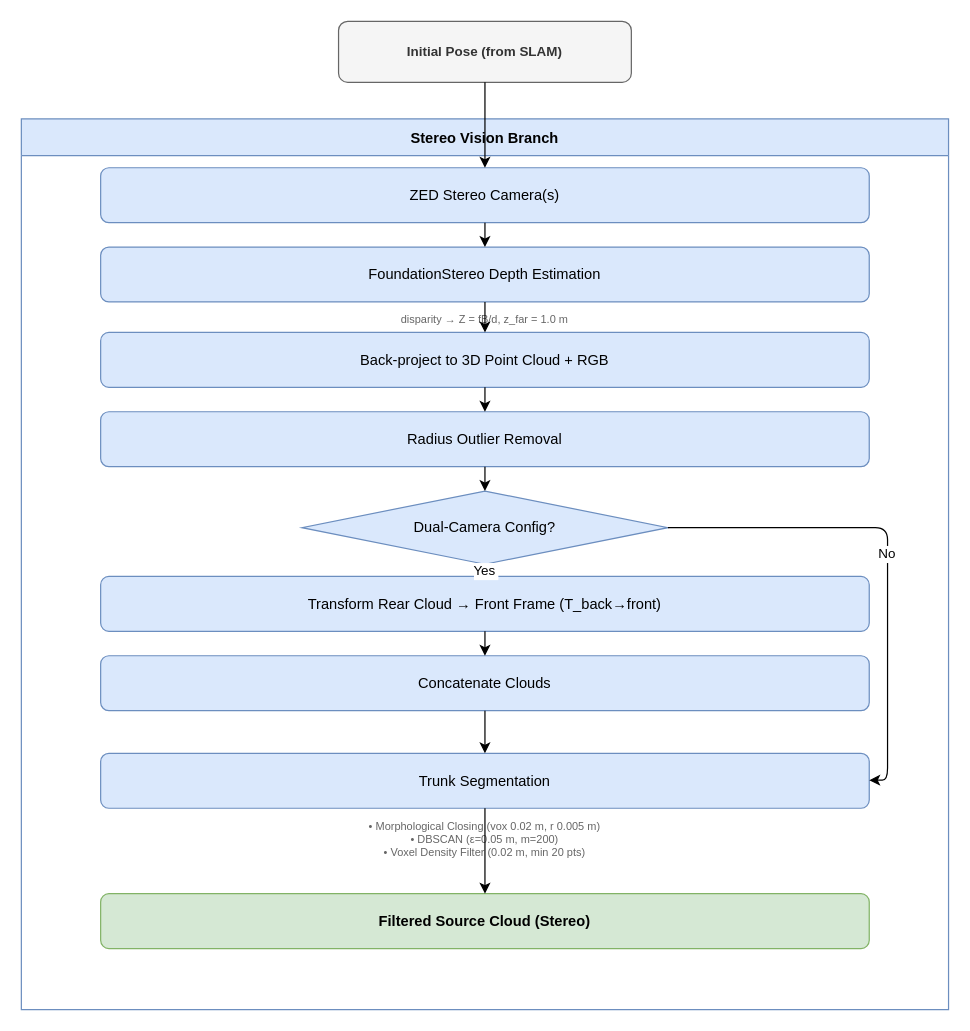
The draw.io diagram 4-precise-alignment/4-methodology/figures/pa-pipeline-stereo.drawio in philipStenger/masters-thesis, before the edit. Source tidied: cells renumbered, new cells numbered last; positions are measured from the earlier drawing's top-left corner, leaving out a move shared by most shapes. Both pictures are drawn from the tidied source at 122%, with x=0, y=0 at pixel (21, 21).
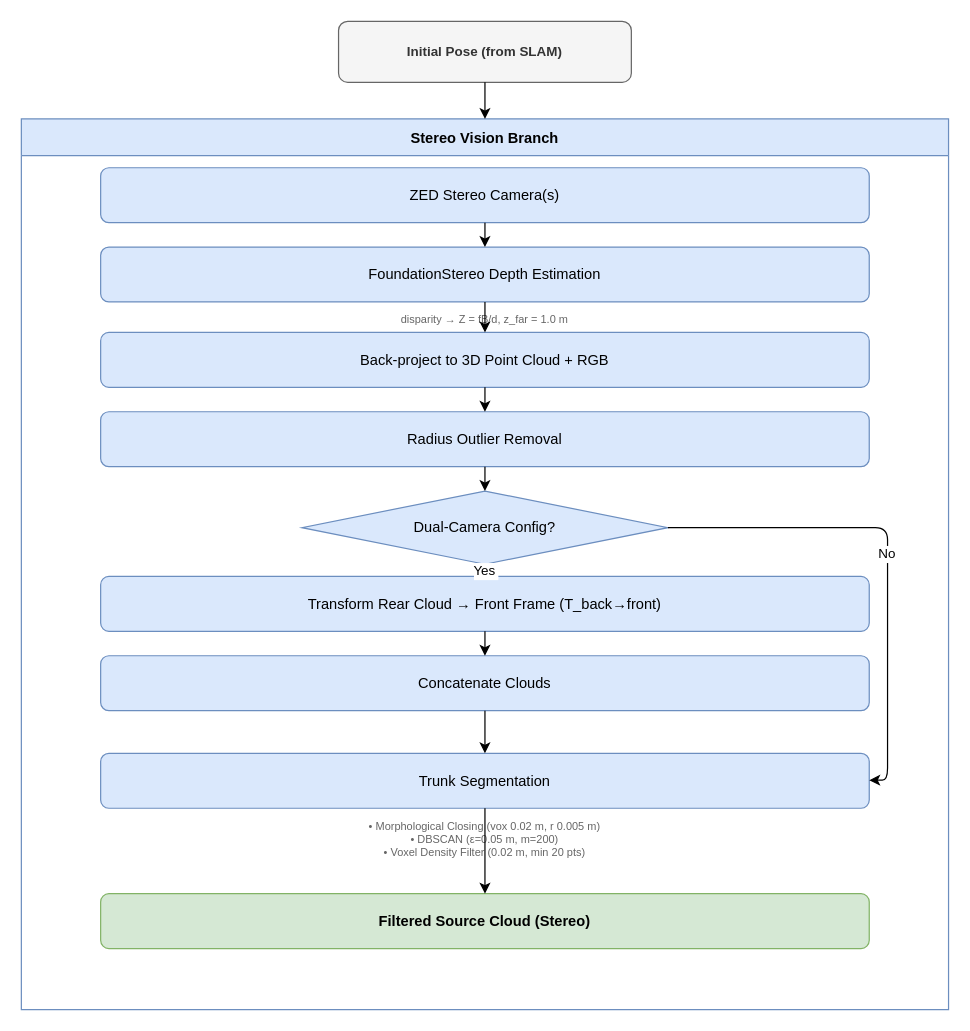
Above is the later version.

The change refers to these unchanged cells:
```xml
<mxCell id="2" value="Initial Pose (from SLAM)" style="rounded=1;whiteSpace=wrap;html=1;fillColor=#f5f5f5;strokeColor=#666666;fontColor=#333333;fontStyle=1;fontSize=11;" parent="1" vertex="1">
  <mxGeometry x="260" width="240" height="50" as="geometry" />
</mxCell>
<mxCell id="3" value="Stereo Vision Branch" style="swimlane;startSize=30;fillColor=#dae8fc;strokeColor=#6c8ebf;fontStyle=1;fontSize=12;" parent="1" vertex="1">
  <mxGeometry y="80" width="760" height="730" as="geometry" />
</mxCell>
<mxCell id="4" value="ZED Stereo Camera(s)" style="rounded=1;whiteSpace=wrap;html=1;fillColor=#dae8fc;strokeColor=#6c8ebf;" parent="3" vertex="1">
  <mxGeometry x="65" y="40" width="630" height="45" as="geometry" />
</mxCell>
```

Diff of the diagram source:
```diff
@@
-    <mxCell id="15" style="edgeStyle=orthogonalEdgeStyle;" parent="1" edge="1" source="2" target="4">
+    <mxCell id="15" style="edgeStyle=orthogonalEdgeStyle;entryX=0.5;entryY=0;entryDx=0;entryDy=0;" parent="1" edge="1" source="2" target="3">
       <mxGeometry relative="1" as="geometry" />
     </mxCell>
```
